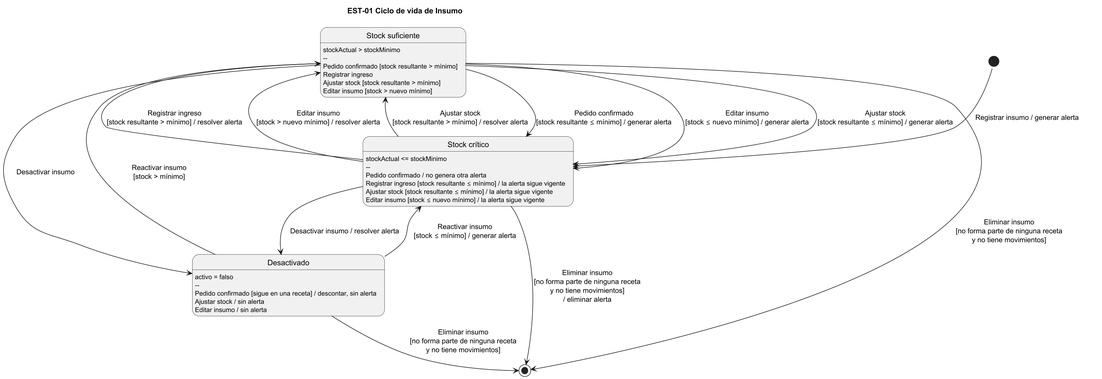
This is diagramas/est-01.png from lambtto/Gestor-Inventario-Brookie, a PlantUML export, as it was before one commit.
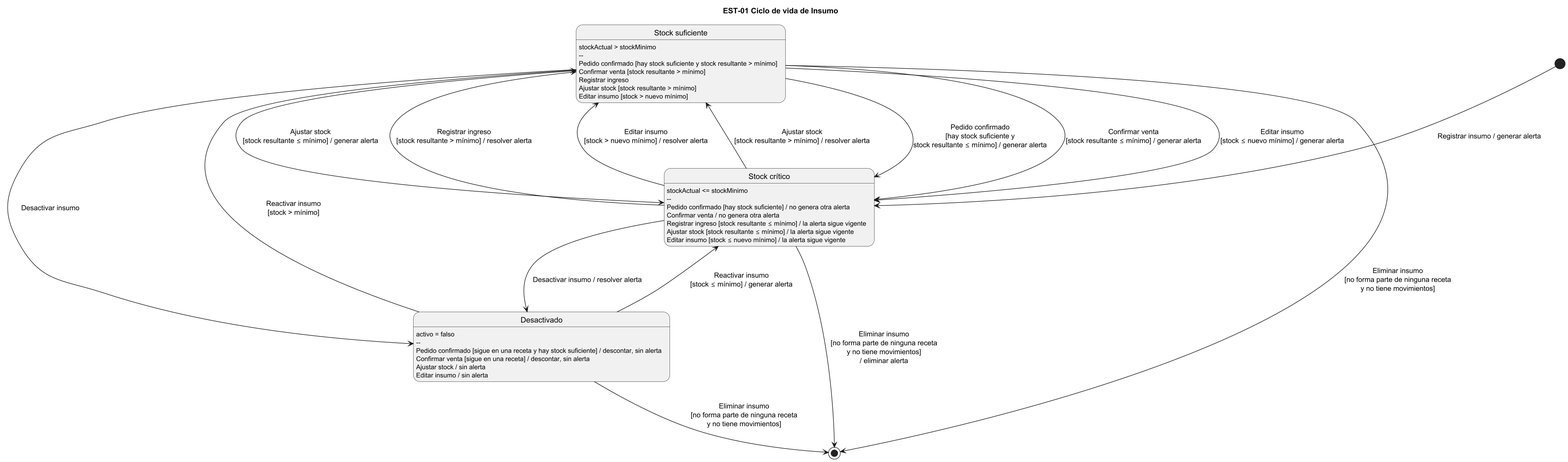
Above is the later version.

Change to the diagram source:
```diff
@@ -1,5 +1,4 @@
 @startuml est-01
-!pragma layout smetana
 title EST-01 Ciclo de vida de Insumo
 skinparam dpi 140
 skinparam nodesep 90
@@ -10,24 +9,28 @@
 
 Suf : stockActual > stockMinimo
 Suf : --
-Suf : Pedido confirmado [stock resultante > mínimo]
+Suf : Pedido confirmado [hay stock suficiente y stock resultante > mínimo]
+Suf : Confirmar venta [stock resultante > mínimo]
 Suf : Registrar ingreso
 Suf : Ajustar stock [stock resultante > mínimo]
 Suf : Editar insumo [stock > nuevo mínimo]
 Cri : stockActual <= stockMinimo
 Cri : --
-Cri : Pedido confirmado / no genera otra alerta
+Cri : Pedido confirmado [hay stock suficiente] / no genera otra alerta
+Cri : Confirmar venta / no genera otra alerta
 Cri : Registrar ingreso [stock resultante ≤ mínimo] / la alerta sigue vigente
 Cri : Ajustar stock [stock resultante ≤ mínimo] / la alerta sigue vigente
 Cri : Editar insumo [stock ≤ nuevo mínimo] / la alerta sigue vigente
 Des : activo = falso
 Des : --
-Des : Pedido confirmado [sigue en una receta] / descontar, sin alerta
+Des : Pedido confirmado [sigue en una receta y hay stock suficiente] / descontar, sin alerta
+Des : Confirmar venta [sigue en una receta] / descontar, sin alerta
 Des : Ajustar stock / sin alerta
 Des : Editar insumo / sin alerta
 
 [*] --> Cri : Registrar insumo / generar alerta
-Suf --> Cri : Pedido confirmado\n[stock resultante ≤ mínimo] / generar alerta
+Suf --> Cri : Pedido confirmado\n[hay stock suficiente y\nstock resultante ≤ mínimo] / generar alerta
+Suf --> Cri : Confirmar venta\n[stock resultante ≤ mínimo] / generar alerta
 Cri --> Suf : Registrar ingreso\n[stock resultante > mínimo] / resolver alerta
 Suf --> Des : Desactivar insumo
 Cri --> Des : Desactivar insumo / resolver alerta
```
